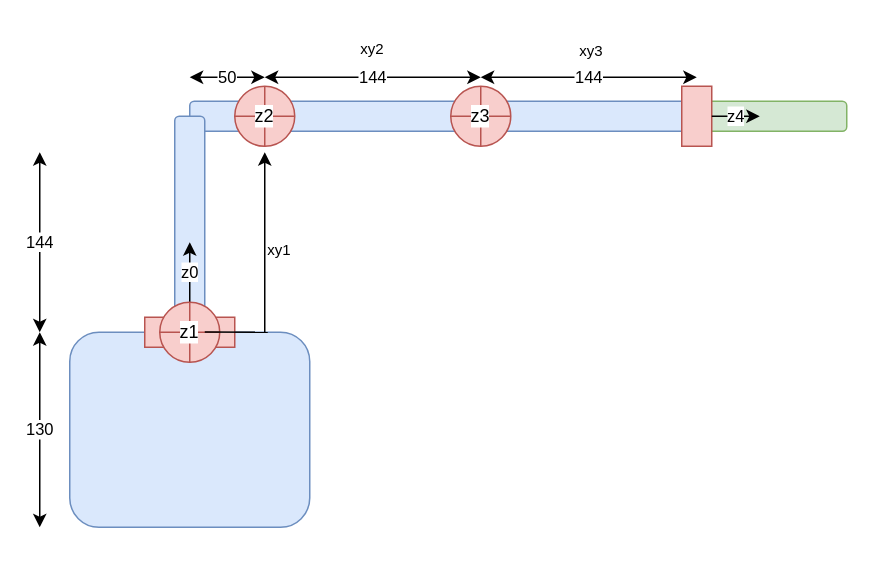
The draw.io diagram page "Robot inicial" (1 of 4) of Ej1/Diagramas.drawio in ohvictor/Automacion_FINAL, before the edit. Source tidied: cells renumbered, new cells numbered last; positions are measured from the earlier drawing's top-left corner, leaving out a move shared by most shapes. Both pictures are drawn from the tidied source at 150%, with x=0, y=0 at pixel (39, 26).
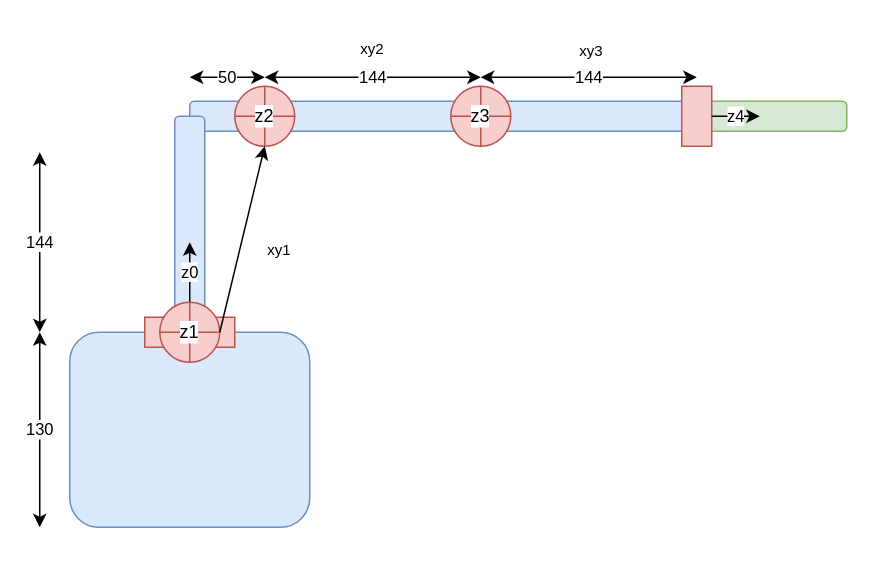
Above is the later version.

The change refers to these unchanged cells:
```xml
<mxCell id="16" value="z1" style="shape=orEllipse;perimeter=ellipsePerimeter;whiteSpace=wrap;html=1;backgroundOutline=1;fillColor=#f8cecc;strokeColor=#b85450;labelBackgroundColor=default;" parent="1" vertex="1">
  <mxGeometry x="80" y="184" width="40" height="40" as="geometry" />
</mxCell>
<mxCell id="17" value="z2" style="shape=orEllipse;perimeter=ellipsePerimeter;whiteSpace=wrap;html=1;backgroundOutline=1;fillColor=#f8cecc;strokeColor=#b85450;labelBackgroundColor=default;" parent="1" vertex="1">
  <mxGeometry x="130" y="40" width="40" height="40" as="geometry" />
</mxCell>
```

Diff of the diagram source:
```diff
@@
-    <mxCell id="20" style="endArrow=none;html=1;rounded=0;" parent="1" edge="1">
-      <mxGeometry relative="1" as="geometry">
-        <mxPoint x="110" y="203.8" as="sourcePoint" />
-        <mxPoint x="152" y="204" as="targetPoint" />
-      </mxGeometry>
-    </mxCell>
-    <mxCell id="21" style="endArrow=classic;html=1;rounded=0;" parent="1" edge="1">
-      <mxGeometry relative="1" as="geometry">
-        <mxPoint x="150" y="204" as="sourcePoint" />
-        <mxPoint x="150" y="84" as="targetPoint" />
-      </mxGeometry>
+    <mxCell id="21" style="endArrow=classic;html=1;rounded=0;exitX=1;exitY=0.5;exitDx=0;exitDy=0;entryX=0.5;entryY=1;entryDx=0;entryDy=0;" parent="1" edge="1" source="16" target="17">
+      <mxGeometry relative="1" as="geometry" />
     </mxCell>
```
